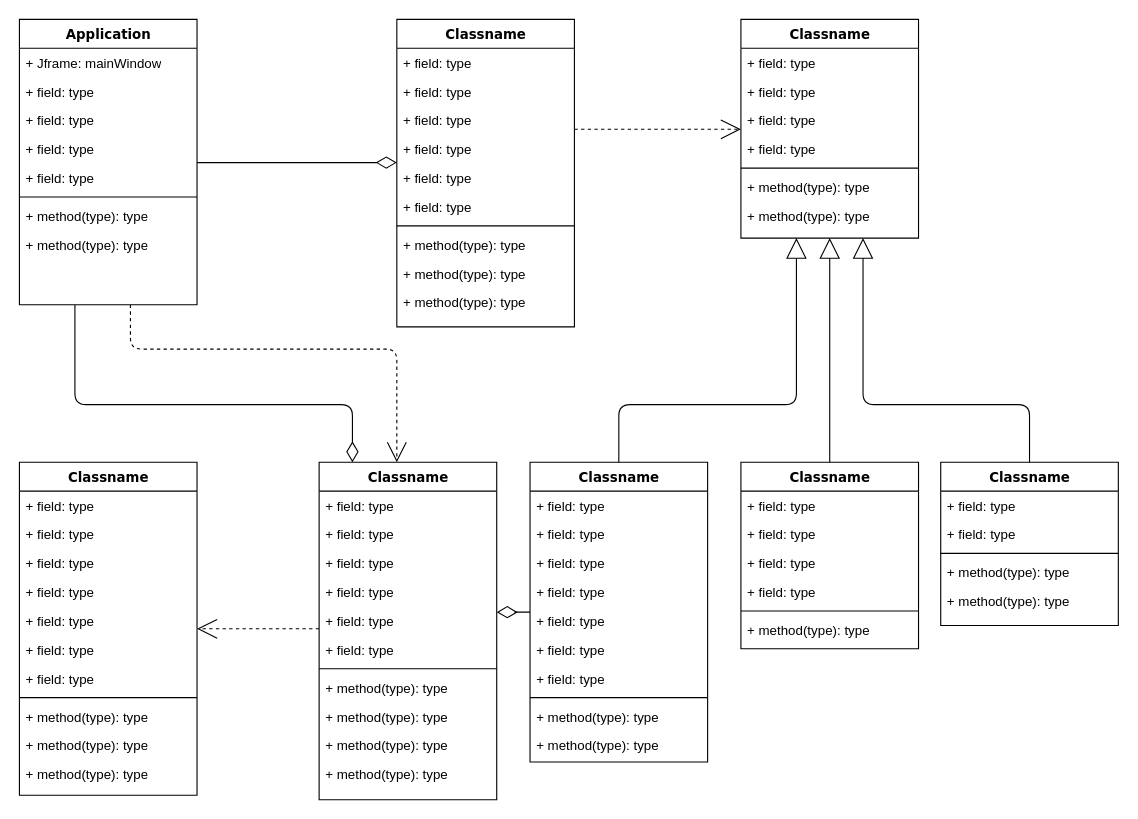
Earlier version of the draw.io diagram Untitled Diagram.drawio (Bevans13/personal_projects). Source tidied: cells renumbered, new cells numbered last; positions are measured from the earlier drawing's top-left corner, leaving out a move shared by most shapes. Both pictures are drawn from the tidied source at 111%, with x=0, y=0 at pixel (19, 19).
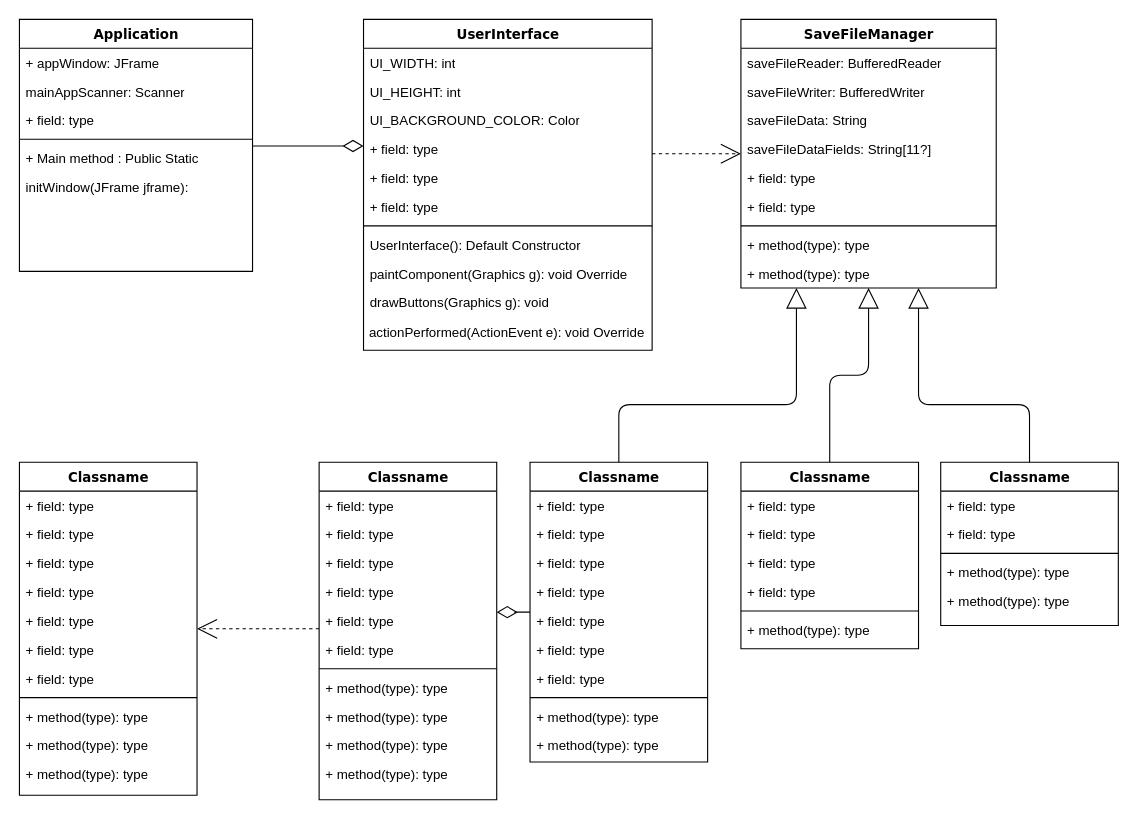
Above is the later version.

The change refers to these unchanged cells:
```xml
<mxCell id="47" value="Classname" style="swimlane;html=1;fontStyle=1;align=center;verticalAlign=top;horizontal=1;startSize=26;swimlaneFillColor=#ffffff;rounded=0;shadow=0;comic=0;labelBackgroundColor=none;strokeWidth=1;fillColor=none;fontFamily=Verdana;fontSize=12;" parent="1" vertex="1">
  <mxGeometry x="270" y="399" width="160" height="304" as="geometry" />
</mxCell>
<mxCell id="80" value="Classname" style="swimlane;html=1;fontStyle=1;align=center;verticalAlign=top;horizontal=1;startSize=26;swimlaneFillColor=#ffffff;rounded=0;shadow=0;comic=0;labelBackgroundColor=none;strokeWidth=1;fillColor=none;fontFamily=Verdana;fontSize=12;" parent="1" vertex="1">
  <mxGeometry x="830" y="399" width="160" height="147" as="geometry" />
</mxCell>
```

Diff of the diagram source:
```diff
@@
-    <mxCell id="2" style="edgeStyle=orthogonalEdgeStyle;html=1;labelBackgroundColor=none;startFill=0;startSize=8;endArrow=open;endFill=0;endSize=16;fontFamily=Verdana;fontSize=12;dashed=1;" parent="1" edge="1" source="4" target="47">
-      <mxGeometry relative="1" as="geometry">
-        <Array as="points">
-          <mxPoint x="100" y="297" />
-          <mxPoint x="340" y="297" />
-        </Array>
-      </mxGeometry>
-    </mxCell>
-    <mxCell id="3" style="edgeStyle=orthogonalEdgeStyle;html=1;labelBackgroundColor=none;startFill=0;startSize=8;endArrow=diamondThin;endFill=0;endSize=16;fontFamily=Verdana;fontSize=12;" parent="1" edge="1" source="4" target="47">
-      <mxGeometry relative="1" as="geometry">
-        <Array as="points">
-          <mxPoint x="50" y="347" />
-          <mxPoint x="300" y="347" />
-        </Array>
-      </mxGeometry>
-    </mxCell>
     <mxCell id="4" value="Application" style="swimlane;html=1;fontStyle=1;align=center;verticalAlign=top;horizontal=1;startSize=26;swimlaneFillColor=#ffffff;rounded=0;shadow=0;comic=0;labelBackgroundColor=none;strokeWidth=1;fillColor=none;fontFamily=Verdana;fontSize=12;" parent="1" vertex="1">
-      <mxGeometry width="160" height="257" as="geometry" />
+      <mxGeometry width="210" height="227" as="geometry" />
     </mxCell>
-    <mxCell id="5" value="+ Jframe: mainWindow" style="text;html=1;strokeColor=none;fillColor=none;align=left;verticalAlign=top;spacingLeft=4;spacingRight=4;whiteSpace=wrap;overflow=hidden;" parent="4" vertex="1">
-      <mxGeometry y="26" width="160" height="26" as="geometry" />
+    <mxCell id="5" value="+ appWindow: JFrame" style="text;html=1;strokeColor=none;fillColor=none;align=left;verticalAlign=top;spacingLeft=4;spacingRight=4;whiteSpace=wrap;overflow=hidden;" parent="4" vertex="1">
+      <mxGeometry y="26" width="210" height="26" as="geometry" />
     </mxCell>
-    <mxCell id="6" value="+ field: type" style="text;html=1;strokeColor=none;fillColor=none;align=left;verticalAlign=top;spacingLeft=4;spacingRight=4;whiteSpace=wrap;overflow=hidden;" parent="4" vertex="1">
-      <mxGeometry y="52" width="160" height="26" as="geometry" />
-    </mxCell>
-    <mxCell id="7" value="+ field: type" style="text;html=1;strokeColor=none;fillColor=none;align=left;verticalAlign=top;spacingLeft=4;spacingRight=4;whiteSpace=wrap;overflow=hidden;" parent="4" vertex="1">
-      <mxGeometry y="78" width="160" height="26" as="geometry" />
-    </mxCell>
-    <mxCell id="8" value="+ field: type" style="text;html=1;strokeColor=none;fillColor=none;align=left;verticalAlign=top;spacingLeft=4;spacingRight=4;whiteSpace=wrap;overflow=hidden;" parent="4" vertex="1">
-      <mxGeometry y="104" width="160" height="26" as="geometry" />
+    <mxCell id="8" value="mainAppScanner: Scanner" style="text;html=1;strokeColor=none;fillColor=none;align=left;verticalAlign=top;spacingLeft=4;spacingRight=4;whiteSpace=wrap;overflow=hidden;" parent="4" vertex="1">
+      <mxGeometry y="52" width="210" height="26" as="geometry" />
     </mxCell>
     <mxCell id="9" value="+ field: type" style="text;html=1;strokeColor=none;fillColor=none;align=left;verticalAlign=top;spacingLeft=4;spacingRight=4;whiteSpace=wrap;overflow=hidden;" parent="4" vertex="1">
-      <mxGeometry y="130" width="160" height="26" as="geometry" />
+      <mxGeometry y="78" width="210" height="26" as="geometry" />
     </mxCell>
     <mxCell id="10" style="line;html=1;strokeWidth=1;fillColor=none;align=left;verticalAlign=middle;spacingTop=-1;spacingLeft=3;spacingRight=3;labelPosition=right;" parent="4" vertex="1">
-      <mxGeometry y="156" width="160" height="8" as="geometry" />
+      <mxGeometry y="104" width="210" height="8" as="geometry" />
     </mxCell>
-    <mxCell id="11" value="+ method(type): type" style="text;html=1;strokeColor=none;fillColor=none;align=left;verticalAlign=top;spacingLeft=4;spacingRight=4;whiteSpace=wrap;overflow=hidden;" parent="4" vertex="1">
-      <mxGeometry y="164" width="160" height="26" as="geometry" />
+    <mxCell id="11" value="+ Main method : Public Static" style="text;html=1;strokeColor=none;fillColor=none;align=left;verticalAlign=top;spacingLeft=4;spacingRight=4;whiteSpace=wrap;overflow=hidden;" parent="4" vertex="1">
+      <mxGeometry y="112" width="210" height="26" as="geometry" />
     </mxCell>
-    <mxCell id="12" value="+ method(type): type" style="text;html=1;strokeColor=none;fillColor=none;align=left;verticalAlign=top;spacingLeft=4;spacingRight=4;whiteSpace=wrap;overflow=hidden;" parent="4" vertex="1">
-      <mxGeometry y="190" width="160" height="26" as="geometry" />
+    <mxCell id="12" value="initWindow(JFrame jframe):&amp;nbsp;" style="text;html=1;strokeColor=none;fillColor=none;align=left;verticalAlign=top;spacingLeft=4;spacingRight=4;whiteSpace=wrap;overflow=hidden;" parent="4" vertex="1">
+      <mxGeometry y="138" width="210" height="26" as="geometry" />
     </mxCell>
@@
-    <mxCell id="14" value="Classname" style="swimlane;html=1;fontStyle=1;align=center;verticalAlign=top;horizontal=1;startSize=26;swimlaneFillColor=#ffffff;rounded=0;shadow=0;comic=0;labelBackgroundColor=none;strokeWidth=1;fillColor=none;fontFamily=Verdana;fontSize=12;" parent="1" vertex="1">
-      <mxGeometry x="340" width="160" height="277" as="geometry" />
+    <mxCell id="14" value="UserInterface" style="swimlane;html=1;fontStyle=1;align=center;verticalAlign=top;horizontal=1;startSize=26;swimlaneFillColor=#ffffff;rounded=0;shadow=0;comic=0;labelBackgroundColor=none;strokeWidth=1;fillColor=none;fontFamily=Verdana;fontSize=12;" parent="1" vertex="1">
+      <mxGeometry x="310" width="260" height="298" as="geometry" />
     </mxCell>
-    <mxCell id="15" value="+ field: type" style="text;html=1;strokeColor=none;fillColor=none;align=left;verticalAlign=top;spacingLeft=4;spacingRight=4;whiteSpace=wrap;overflow=hidden;" parent="14" vertex="1">
-      <mxGeometry y="26" width="160" height="26" as="geometry" />
+    <mxCell id="15" value="UI_WIDTH: int" style="text;html=1;strokeColor=none;fillColor=none;align=left;verticalAlign=top;spacingLeft=4;spacingRight=4;whiteSpace=wrap;overflow=hidden;" parent="14" vertex="1">
+      <mxGeometry y="26" width="260" height="26" as="geometry" />
     </mxCell>
-    <mxCell id="16" value="+ field: type" style="text;html=1;strokeColor=none;fillColor=none;align=left;verticalAlign=top;spacingLeft=4;spacingRight=4;whiteSpace=wrap;overflow=hidden;" parent="14" vertex="1">
-      <mxGeometry y="52" width="160" height="26" as="geometry" />
+    <mxCell id="16" value="UI_HEIGHT: int" style="text;html=1;strokeColor=none;fillColor=none;align=left;verticalAlign=top;spacingLeft=4;spacingRight=4;whiteSpace=wrap;overflow=hidden;" parent="14" vertex="1">
+      <mxGeometry y="52" width="260" height="26" as="geometry" />
     </mxCell>
-    <mxCell id="17" value="+ field: type" style="text;html=1;strokeColor=none;fillColor=none;align=left;verticalAlign=top;spacingLeft=4;spacingRight=4;whiteSpace=wrap;overflow=hidden;" parent="14" vertex="1">
-      <mxGeometry y="78" width="160" height="26" as="geometry" />
+    <mxCell id="17" value="UI_BACKGROUND_COLOR: Color" style="text;html=1;strokeColor=none;fillColor=none;align=left;verticalAlign=top;spacingLeft=4;spacingRight=4;whiteSpace=wrap;overflow=hidden;" parent="14" vertex="1">
+      <mxGeometry y="78" width="260" height="26" as="geometry" />
     </mxCell>
     <mxCell id="18" value="+ field: type" style="text;html=1;strokeColor=none;fillColor=none;align=left;verticalAlign=top;spacingLeft=4;spacingRight=4;whiteSpace=wrap;overflow=hidden;" parent="14" vertex="1">
-      <mxGeometry y="104" width="160" height="26" as="geometry" />
+      <mxGeometry y="104" width="260" height="26" as="geometry" />
     </mxCell>
     <mxCell id="19" value="+ field: type" style="text;html=1;strokeColor=none;fillColor=none;align=left;verticalAlign=top;spacingLeft=4;spacingRight=4;whiteSpace=wrap;overflow=hidden;" parent="14" vertex="1">
-      <mxGeometry y="130" width="160" height="26" as="geometry" />
+      <mxGeometry y="130" width="260" height="26" as="geometry" />
     </mxCell>
     <mxCell id="20" value="+ field: type" style="text;html=1;strokeColor=none;fillColor=none;align=left;verticalAlign=top;spacingLeft=4;spacingRight=4;whiteSpace=wrap;overflow=hidden;" parent="14" vertex="1">
-      <mxGeometry y="156" width="160" height="26" as="geometry" />
+      <mxGeometry y="156" width="260" height="26" as="geometry" />
     </mxCell>
     <mxCell id="21" style="line;html=1;strokeWidth=1;fillColor=none;align=left;verticalAlign=middle;spacingTop=-1;spacingLeft=3;spacingRight=3;labelPosition=right;" parent="14" vertex="1">
-      <mxGeometry y="182" width="160" height="8" as="geometry" />
+      <mxGeometry y="182" width="260" height="8" as="geometry" />
     </mxCell>
-    <mxCell id="22" value="+ method(type): type" style="text;html=1;strokeColor=none;fillColor=none;align=left;verticalAlign=top;spacingLeft=4;spacingRight=4;whiteSpace=wrap;overflow=hidden;" parent="14" vertex="1">
-      <mxGeometry y="190" width="160" height="26" as="geometry" />
+    <mxCell id="22" value="UserInterface(): Default Constructor" style="text;html=1;strokeColor=none;fillColor=none;align=left;verticalAlign=top;spacingLeft=4;spacingRight=4;whiteSpace=wrap;overflow=hidden;" parent="14" vertex="1">
+      <mxGeometry y="190" width="260" height="26" as="geometry" />
     </mxCell>
-    <mxCell id="23" value="+ method(type): type" style="text;html=1;strokeColor=none;fillColor=none;align=left;verticalAlign=top;spacingLeft=4;spacingRight=4;whiteSpace=wrap;overflow=hidden;" parent="14" vertex="1">
-      <mxGeometry y="216" width="160" height="26" as="geometry" />
+    <mxCell id="23" value="paintComponent(Graphics g): void Override" style="text;html=1;strokeColor=none;fillColor=none;align=left;verticalAlign=top;spacingLeft=4;spacingRight=4;whiteSpace=wrap;overflow=hidden;" parent="14" vertex="1">
+      <mxGeometry y="216" width="260" height="26" as="geometry" />
     </mxCell>
-    <mxCell id="24" value="+ method(type): type" style="text;html=1;strokeColor=none;fillColor=none;align=left;verticalAlign=top;spacingLeft=4;spacingRight=4;whiteSpace=wrap;overflow=hidden;" parent="14" vertex="1">
-      <mxGeometry y="242" width="160" height="26" as="geometry" />
+    <mxCell id="24" value="drawButtons(Graphics g): void" style="text;html=1;strokeColor=none;fillColor=none;align=left;verticalAlign=top;spacingLeft=4;spacingRight=4;whiteSpace=wrap;overflow=hidden;" parent="14" vertex="1">
+      <mxGeometry y="242" width="260" height="26" as="geometry" />
     </mxCell>
+    <mxCell id="87" value="&amp;nbsp;actionPerformed(ActionEvent e): void Override" style="text;html=1;strokeColor=none;fillColor=none;align=left;verticalAlign=middle;whiteSpace=wrap;rounded=0;" parent="14" vertex="1">
+      <mxGeometry y="268" width="260" height="30" as="geometry" />
+    </mxCell>
-    <mxCell id="25" value="Classname" style="swimlane;html=1;fontStyle=1;align=center;verticalAlign=top;horizontal=1;startSize=26;swimlaneFillColor=#ffffff;rounded=0;shadow=0;comic=0;labelBackgroundColor=none;strokeWidth=1;fillColor=none;fontFamily=Verdana;fontSize=12;" parent="1" vertex="1">
-      <mxGeometry x="650" width="160" height="197" as="geometry" />
+    <mxCell id="25" value="SaveFileManager" style="swimlane;html=1;fontStyle=1;align=center;verticalAlign=top;horizontal=1;startSize=26;swimlaneFillColor=#ffffff;rounded=0;shadow=0;comic=0;labelBackgroundColor=none;strokeWidth=1;fillColor=none;fontFamily=Verdana;fontSize=12;" parent="1" vertex="1">
+      <mxGeometry x="650" width="230" height="242" as="geometry" />
     </mxCell>
+    <mxCell id="6" value="saveFileReader: BufferedReader" style="text;html=1;align=left;verticalAlign=top;spacingLeft=4;spacingRight=4;whiteSpace=wrap;overflow=hidden;" parent="25" vertex="1">
+      <mxGeometry y="26" width="230" height="26" as="geometry" />
+    </mxCell>
+    <mxCell id="7" value="saveFileWriter: BufferedWriter" style="text;html=1;align=left;verticalAlign=top;spacingLeft=4;spacingRight=4;whiteSpace=wrap;overflow=hidden;" parent="25" vertex="1">
+      <mxGeometry y="52" width="230" height="26" as="geometry" />
+    </mxCell>
-    <mxCell id="26" value="+ field: type" style="text;html=1;strokeColor=none;fillColor=none;align=left;verticalAlign=top;spacingLeft=4;spacingRight=4;whiteSpace=wrap;overflow=hidden;" parent="25" vertex="1">
-      <mxGeometry y="26" width="160" height="26" as="geometry" />
+    <mxCell id="26" value="saveFileData: String" style="text;html=1;strokeColor=none;fillColor=none;align=left;verticalAlign=top;spacingLeft=4;spacingRight=4;whiteSpace=wrap;overflow=hidden;" parent="25" vertex="1">
+      <mxGeometry y="78" width="230" height="26" as="geometry" />
     </mxCell>
-    <mxCell id="27" value="+ field: type" style="text;html=1;strokeColor=none;fillColor=none;align=left;verticalAlign=top;spacingLeft=4;spacingRight=4;whiteSpace=wrap;overflow=hidden;" parent="25" vertex="1">
-      <mxGeometry y="52" width="160" height="26" as="geometry" />
+    <mxCell id="27" value="saveFileDataFields: String[11?]" style="text;html=1;strokeColor=none;fillColor=none;align=left;verticalAlign=top;spacingLeft=4;spacingRight=4;whiteSpace=wrap;overflow=hidden;" parent="25" vertex="1">
+      <mxGeometry y="104" width="230" height="26" as="geometry" />
     </mxCell>
     <mxCell id="28" value="+ field: type" style="text;html=1;strokeColor=none;fillColor=none;align=left;verticalAlign=top;spacingLeft=4;spacingRight=4;whiteSpace=wrap;overflow=hidden;" parent="25" vertex="1">
-      <mxGeometry y="78" width="160" height="26" as="geometry" />
+      <mxGeometry y="130" width="230" height="26" as="geometry" />
     </mxCell>
     <mxCell id="29" value="+ field: type" style="text;html=1;strokeColor=none;fillColor=none;align=left;verticalAlign=top;spacingLeft=4;spacingRight=4;whiteSpace=wrap;overflow=hidden;" parent="25" vertex="1">
-      <mxGeometry y="104" width="160" height="26" as="geometry" />
+      <mxGeometry y="156" width="230" height="26" as="geometry" />
     </mxCell>
     <mxCell id="30" style="line;html=1;strokeWidth=1;fillColor=none;align=left;verticalAlign=middle;spacingTop=-1;spacingLeft=3;spacingRight=3;labelPosition=right;" parent="25" vertex="1">
-      <mxGeometry y="130" width="160" height="8" as="geometry" />
+      <mxGeometry y="182" width="230" height="8" as="geometry" />
     </mxCell>
     <mxCell id="31" value="+ method(type): type" style="text;html=1;strokeColor=none;fillColor=none;align=left;verticalAlign=top;spacingLeft=4;spacingRight=4;whiteSpace=wrap;overflow=hidden;" parent="25" vertex="1">
-      <mxGeometry y="138" width="160" height="26" as="geometry" />
+      <mxGeometry y="190" width="230" height="26" as="geometry" />
     </mxCell>
     <mxCell id="32" value="+ method(type): type" style="text;html=1;strokeColor=none;fillColor=none;align=left;verticalAlign=top;spacingLeft=4;spacingRight=4;whiteSpace=wrap;overflow=hidden;" parent="25" vertex="1">
-      <mxGeometry y="164" width="160" height="26" as="geometry" />
+      <mxGeometry y="216" width="230" height="26" as="geometry" />
     </mxCell>
@@
     <mxCell id="79" style="edgeStyle=orthogonalEdgeStyle;html=1;labelBackgroundColor=none;startFill=0;startSize=8;endArrow=block;endFill=0;endSize=16;fontFamily=Verdana;fontSize=12;" parent="1" edge="1" source="80" target="25">
       <mxGeometry relative="1" as="geometry">
         <Array as="points">
           <mxPoint x="910" y="347" />
-          <mxPoint x="760" y="347" />
+          <mxPoint x="810" y="347" />
         </Array>
       </mxGeometry>
     </mxCell>
@@
-    <mxCell id="86" style="edgeStyle=elbowEdgeStyle;html=1;labelBackgroundColor=none;startFill=0;startSize=8;endArrow=diamondThin;endFill=0;endSize=16;fontFamily=Verdana;fontSize=12;elbow=vertical;" parent="1" edge="1" source="4" target="14">
+    <mxCell id="86" style="edgeStyle=elbowEdgeStyle;html=1;labelBackgroundColor=none;startFill=0;startSize=8;endArrow=diamondThin;endFill=0;endSize=16;fontFamily=Verdana;fontSize=12;elbow=vertical;rounded=1;" parent="1" edge="1" source="4" target="14">
       <mxGeometry relative="1" as="geometry" />
     </mxCell>
```
